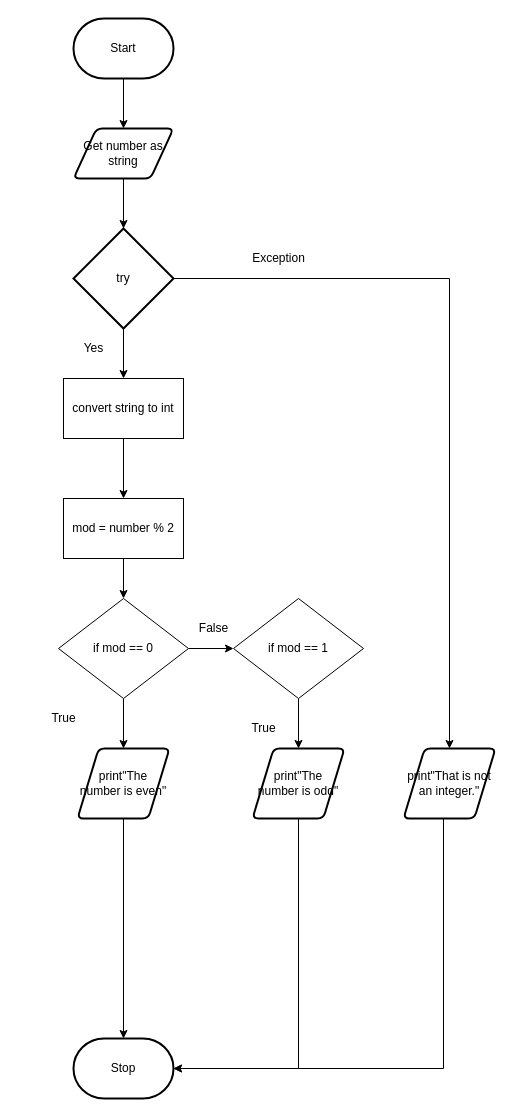
Above: flowchart.drawio in michael-clermont1/ICS3U-Assignment-4-Python (draw.io), before the change. Source tidied: cells renumbered, new cells numbered last; positions are measured from the earlier drawing's top-left corner, leaving out a move shared by most shapes. Both pictures are drawn from the tidied source at 100%, with x=0, y=0 at pixel (43, 18).
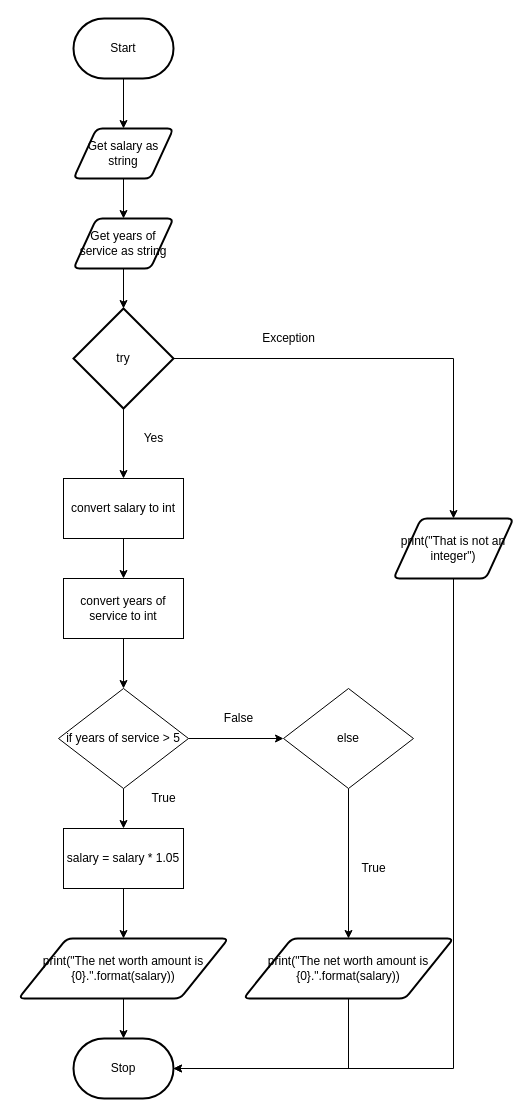
After the change.

The change refers to these unchanged cells:
```xml
<mxCell id="6" value="Stop" style="strokeWidth=2;html=1;shape=mxgraph.flowchart.terminator;whiteSpace=wrap;" parent="1" vertex="1">
  <mxGeometry x="30" y="1020" width="100" height="60" as="geometry" />
</mxCell>
```

Diff of the diagram source:
```diff
@@
-    <mxCell id="2" style="edgeStyle=none;html=1;entryX=0.5;entryY=0;entryDx=0;entryDy=0;entryPerimeter=0;" parent="1" edge="1" source="3" target="15">
-      <mxGeometry relative="1" as="geometry" />
-    </mxCell>
+    <mxCell id="30" style="edgeStyle=none;html=1;entryX=0.5;entryY=0;entryDx=0;entryDy=0;" parent="1" edge="1" source="3" target="37">
+      <mxGeometry relative="1" as="geometry" />
+    </mxCell>
-    <mxCell id="3" value="Get number as string" style="shape=parallelogram;html=1;strokeWidth=2;perimeter=parallelogramPerimeter;whiteSpace=wrap;rounded=1;arcSize=12;size=0.23;" parent="1" vertex="1">
+    <mxCell id="3" value="Get salary as string" style="shape=parallelogram;html=1;strokeWidth=2;perimeter=parallelogramPerimeter;whiteSpace=wrap;rounded=1;arcSize=12;size=0.23;" parent="1" vertex="1">
       <mxGeometry x="30" y="110" width="100" height="50" as="geometry" />
     </mxCell>
@@
-    <mxCell id="7" style="edgeStyle=none;html=1;entryX=0.5;entryY=0;entryDx=0;entryDy=0;entryPerimeter=0;" parent="1" edge="1" source="8" target="6">
-      <mxGeometry relative="1" as="geometry" />
-    </mxCell>
-    <mxCell id="8" value="print&quot;The number is even&quot;" style="shape=parallelogram;html=1;strokeWidth=2;perimeter=parallelogramPerimeter;whiteSpace=wrap;rounded=1;arcSize=12;size=0.23;" parent="1" vertex="1">
-      <mxGeometry x="34" y="730" width="92" height="70" as="geometry" />
-    </mxCell>
+    <mxCell id="31" style="edgeStyle=none;html=1;entryX=0.5;entryY=0;entryDx=0;entryDy=0;" parent="1" edge="1" source="11" target="19">
+      <mxGeometry relative="1" as="geometry" />
+    </mxCell>
-    <mxCell id="9" style="edgeStyle=none;html=1;entryX=0;entryY=0.5;entryDx=0;entryDy=0;" parent="1" edge="1" source="11" target="21">
+    <mxCell id="9" style="edgeStyle=orthogonalEdgeStyle;rounded=0;html=1;entryX=0;entryY=0.5;entryDx=0;entryDy=0;" parent="1" edge="1" source="11" target="21">
       <mxGeometry relative="1" as="geometry" />
     </mxCell>
-    <mxCell id="10" style="edgeStyle=none;html=1;entryX=0.5;entryY=0;entryDx=0;entryDy=0;" parent="1" edge="1" source="11" target="8">
-      <mxGeometry relative="1" as="geometry" />
-    </mxCell>
-    <mxCell id="11" value="&lt;span&gt;if mod == 0&lt;/span&gt;" style="rhombus;whiteSpace=wrap;html=1;" parent="1" vertex="1">
-      <mxGeometry x="15" y="580" width="130" height="100" as="geometry" />
+    <mxCell id="11" value="if years of service &amp;gt; 5" style="rhombus;whiteSpace=wrap;html=1;" parent="1" vertex="1">
+      <mxGeometry x="15" y="670" width="130" height="100" as="geometry" />
     </mxCell>
     <mxCell id="12" value="False" style="text;html=1;align=center;verticalAlign=middle;fillColor=none;strokeColor=none;rounded=0;" parent="1" vertex="1">
-      <mxGeometry x="145" y="600" width="50" height="20" as="geometry" />
+      <mxGeometry x="170" y="690" width="50" height="20" as="geometry" />
     </mxCell>
@@
-    <mxCell id="14" style="edgeStyle=orthogonalEdgeStyle;rounded=0;html=1;entryX=0.5;entryY=0;entryDx=0;entryDy=0;" parent="1" edge="1" source="15" target="28">
-      <mxGeometry relative="1" as="geometry" />
-    </mxCell>
+    <mxCell id="32" style="edgeStyle=orthogonalEdgeStyle;rounded=0;html=1;entryX=0.5;entryY=0;entryDx=0;entryDy=0;" parent="1" edge="1" source="15" target="45">
+      <mxGeometry relative="1" as="geometry" />
+    </mxCell>
     <mxCell id="15" value="try" style="strokeWidth=2;html=1;shape=mxgraph.flowchart.decision;whiteSpace=wrap;" parent="1" vertex="1">
-      <mxGeometry x="30" y="210" width="100" height="100" as="geometry" />
+      <mxGeometry x="30" y="290" width="100" height="100" as="geometry" />
     </mxCell>
-    <mxCell id="16" style="edgeStyle=none;html=1;entryX=0.5;entryY=0;entryDx=0;entryDy=0;" parent="1" edge="1" source="17" target="19">
-      <mxGeometry relative="1" as="geometry" />
-    </mxCell>
+    <mxCell id="33" style="edgeStyle=none;html=1;entryX=0.5;entryY=0;entryDx=0;entryDy=0;" parent="1" edge="1" source="17" target="39">
+      <mxGeometry relative="1" as="geometry" />
+    </mxCell>
-    <mxCell id="17" value="convert string to int" style="rounded=0;whiteSpace=wrap;html=1;" parent="1" vertex="1">
-      <mxGeometry x="20" y="360" width="120" height="60" as="geometry" />
+    <mxCell id="17" value="convert salary to int" style="rounded=0;whiteSpace=wrap;html=1;" parent="1" vertex="1">
+      <mxGeometry x="20" y="460" width="120" height="60" as="geometry" />
     </mxCell>
-    <mxCell id="18" style="edgeStyle=none;html=1;entryX=0.5;entryY=0;entryDx=0;entryDy=0;" parent="1" edge="1" source="19" target="11">
-      <mxGeometry relative="1" as="geometry" />
-    </mxCell>
+    <mxCell id="34" style="edgeStyle=none;html=1;entryX=0.5;entryY=0;entryDx=0;entryDy=0;" parent="1" edge="1" source="19" target="41">
+      <mxGeometry relative="1" as="geometry" />
+    </mxCell>
-    <mxCell id="19" value="mod = number % 2" style="rounded=0;whiteSpace=wrap;html=1;" parent="1" vertex="1">
-      <mxGeometry x="20" y="480" width="120" height="60" as="geometry" />
+    <mxCell id="19" value="salary = salary * 1.05" style="rounded=0;whiteSpace=wrap;html=1;" parent="1" vertex="1">
+      <mxGeometry x="20" y="810" width="120" height="60" as="geometry" />
     </mxCell>
-    <mxCell id="20" style="edgeStyle=none;html=1;entryX=0.5;entryY=0;entryDx=0;entryDy=0;" parent="1" edge="1" source="21" target="24">
-      <mxGeometry relative="1" as="geometry" />
-    </mxCell>
+    <mxCell id="35" style="edgeStyle=none;html=1;entryX=0.5;entryY=0;entryDx=0;entryDy=0;" parent="1" edge="1" source="21" target="43">
+      <mxGeometry relative="1" as="geometry" />
+    </mxCell>
-    <mxCell id="21" value="&lt;span&gt;if mod == 1&lt;/span&gt;" style="rhombus;whiteSpace=wrap;html=1;" parent="1" vertex="1">
-      <mxGeometry x="190" y="580" width="130" height="100" as="geometry" />
+    <mxCell id="21" value="else" style="rhombus;whiteSpace=wrap;html=1;" parent="1" vertex="1">
+      <mxGeometry x="240" y="670" width="130" height="100" as="geometry" />
     </mxCell>
     <mxCell id="22" value="Yes" style="text;html=1;align=center;verticalAlign=middle;fillColor=none;strokeColor=none;rounded=0;" parent="1" vertex="1">
-      <mxGeometry x="30" y="320" width="40" height="20" as="geometry" />
+      <mxGeometry x="90" y="410" width="40" height="20" as="geometry" />
     </mxCell>
-    <mxCell id="23" style="edgeStyle=orthogonalEdgeStyle;html=1;entryX=1;entryY=0.5;entryDx=0;entryDy=0;entryPerimeter=0;rounded=0;" parent="1" edge="1" source="24" target="6">
-      <mxGeometry relative="1" as="geometry">
-        <Array as="points">
-          <mxPoint x="255" y="1050" />
-        </Array>
-      </mxGeometry>
-    </mxCell>
-    <mxCell id="24" value="print&quot;The number is odd&quot;" style="shape=parallelogram;html=1;strokeWidth=2;perimeter=parallelogramPerimeter;whiteSpace=wrap;rounded=1;arcSize=12;size=0.23;" parent="1" vertex="1">
-      <mxGeometry x="209" y="730" width="92" height="70" as="geometry" />
-    </mxCell>
     <mxCell id="25" value="True" style="text;html=1;align=center;verticalAlign=middle;fillColor=none;strokeColor=none;rounded=0;" parent="1" vertex="1">
-      <mxGeometry y="690" width="40" height="20" as="geometry" />
+      <mxGeometry x="100" y="770" width="40" height="20" as="geometry" />
     </mxCell>
     <mxCell id="26" value="True" style="text;html=1;align=center;verticalAlign=middle;fillColor=none;strokeColor=none;rounded=0;" parent="1" vertex="1">
-      <mxGeometry x="200" y="700" width="40" height="20" as="geometry" />
+      <mxGeometry x="310" y="840" width="40" height="20" as="geometry" />
     </mxCell>
-    <mxCell id="27" style="edgeStyle=orthogonalEdgeStyle;rounded=0;html=1;entryX=1;entryY=0.5;entryDx=0;entryDy=0;entryPerimeter=0;" parent="1" edge="1" source="28" target="6">
-      <mxGeometry relative="1" as="geometry">
-        <Array as="points">
-          <mxPoint x="400" y="1050" />
-        </Array>
-      </mxGeometry>
-    </mxCell>
-    <mxCell id="28" value="print&quot;That is not an integer.&quot;" style="shape=parallelogram;html=1;strokeWidth=2;perimeter=parallelogramPerimeter;whiteSpace=wrap;rounded=1;arcSize=12;size=0.23;" parent="1" vertex="1">
-      <mxGeometry x="360" y="730" width="92" height="70" as="geometry" />
-    </mxCell>
     <mxCell id="29" value="Exception" style="text;html=1;align=center;verticalAlign=middle;fillColor=none;strokeColor=none;rounded=0;" parent="1" vertex="1">
-      <mxGeometry x="200" y="230" width="70" height="20" as="geometry" />
+      <mxGeometry x="210" y="310" width="70" height="20" as="geometry" />
     </mxCell>
+    <mxCell id="36" style="edgeStyle=none;html=1;entryX=0.5;entryY=0;entryDx=0;entryDy=0;entryPerimeter=0;" parent="1" edge="1" source="37" target="15">
+      <mxGeometry relative="1" as="geometry" />
+    </mxCell>
+    <mxCell id="37" value="Get years of service as string" style="shape=parallelogram;html=1;strokeWidth=2;perimeter=parallelogramPerimeter;whiteSpace=wrap;rounded=1;arcSize=12;size=0.23;" parent="1" vertex="1">
+      <mxGeometry x="30" y="200" width="100" height="50" as="geometry" />
+    </mxCell>
+    <mxCell id="38" style="edgeStyle=orthogonalEdgeStyle;rounded=0;html=1;entryX=0.5;entryY=0;entryDx=0;entryDy=0;" parent="1" edge="1" source="39" target="11">
+      <mxGeometry relative="1" as="geometry" />
+    </mxCell>
+    <mxCell id="39" value="convert years of service to int" style="rounded=0;whiteSpace=wrap;html=1;" parent="1" vertex="1">
+      <mxGeometry x="20" y="560" width="120" height="60" as="geometry" />
+    </mxCell>
+    <mxCell id="40" style="edgeStyle=none;html=1;entryX=0.5;entryY=0;entryDx=0;entryDy=0;entryPerimeter=0;" parent="1" edge="1" source="41" target="6">
+      <mxGeometry relative="1" as="geometry" />
+    </mxCell>
+    <mxCell id="41" value="print(&quot;The net worth amount is {0}.&quot;.format(salary))" style="shape=parallelogram;html=1;strokeWidth=2;perimeter=parallelogramPerimeter;whiteSpace=wrap;rounded=1;arcSize=12;size=0.23;" parent="1" vertex="1">
+      <mxGeometry x="-25" y="920" width="210" height="60" as="geometry" />
+    </mxCell>
+    <mxCell id="42" style="edgeStyle=orthogonalEdgeStyle;html=1;entryX=1;entryY=0.5;entryDx=0;entryDy=0;entryPerimeter=0;rounded=0;" parent="1" edge="1" source="43" target="6">
+      <mxGeometry relative="1" as="geometry">
+        <Array as="points">
+          <mxPoint x="305" y="1050" />
+        </Array>
+      </mxGeometry>
+    </mxCell>
+    <mxCell id="43" value="print(&quot;The net worth amount is {0}.&quot;.format(salary))" style="shape=parallelogram;html=1;strokeWidth=2;perimeter=parallelogramPerimeter;whiteSpace=wrap;rounded=1;arcSize=12;size=0.23;" parent="1" vertex="1">
+      <mxGeometry x="200" y="920" width="210" height="60" as="geometry" />
+    </mxCell>
+    <mxCell id="44" style="edgeStyle=orthogonalEdgeStyle;rounded=0;html=1;entryX=1;entryY=0.5;entryDx=0;entryDy=0;entryPerimeter=0;" parent="1" edge="1" source="45" target="6">
+      <mxGeometry relative="1" as="geometry">
+        <Array as="points">
+          <mxPoint x="410" y="1050" />
+        </Array>
+      </mxGeometry>
+    </mxCell>
+    <mxCell id="45" value="print(&quot;That is not an integer&quot;)" style="shape=parallelogram;html=1;strokeWidth=2;perimeter=parallelogramPerimeter;whiteSpace=wrap;rounded=1;arcSize=12;size=0.23;" parent="1" vertex="1">
+      <mxGeometry x="350" y="500" width="120" height="60" as="geometry" />
+    </mxCell>
```
